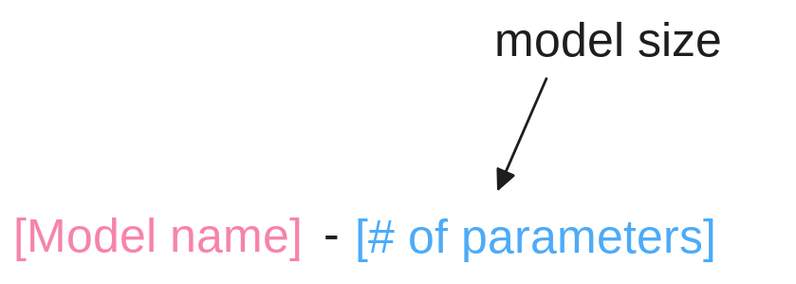
The Excalidraw diagram website/slides/assets/local-model-naming-02.excalidraw.svg in skaltman/r-medicine-llm, before a commit. Source tidied: one line per element, renumbered; positions are measured from the earlier drawing's top-left corner, leaving out a move shared by most shapes.
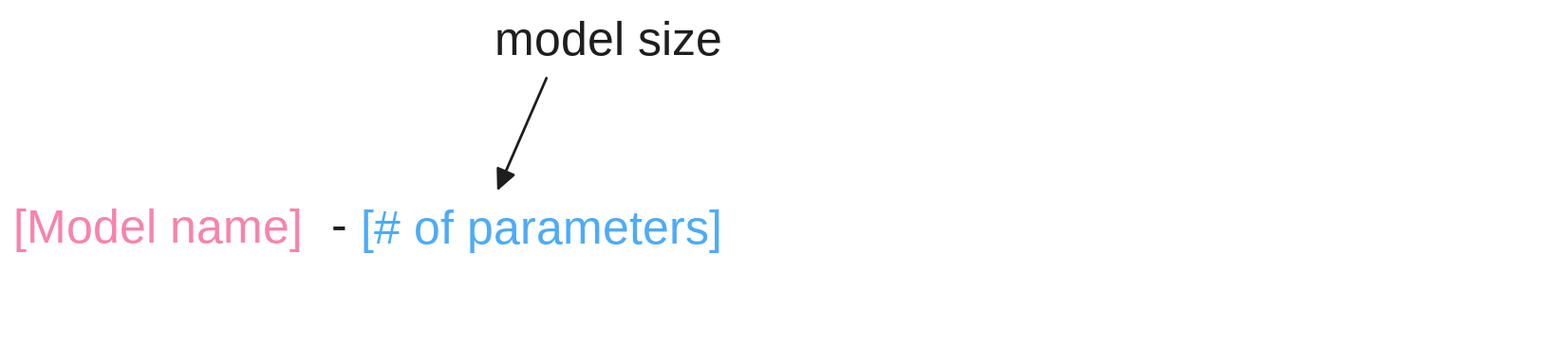
Above is the later version.

The edit, as a diff of the source:
```diff
@@ -1,5 +1,6 @@
+{"id": 5, "type": "rectangle", "strokeColor": "#ffffff", "backgroundColor": "#ffffff", "fillStyle": "solid", "strokeWidth": 2, "roughness": 0, "round": true, "x": -5, "y": 0, "width": 1160, "height": 240}
-{"id": 0, "type": "text", "text": "[Model name]", "strokeColor": "#f783ac", "backgroundColor": "#ffffff", "fillStyle": "solid", "strokeWidth": 2, "roughness": 0, "fontSize": 36, "fontFamily": 5, "x": 0, "y": 147, "width": 231, "height": 45}
+{"id": 0, "type": "text", "text": "[Model name]", "strokeColor": "#f783ac", "backgroundColor": "#ffffff", "fillStyle": "solid", "strokeWidth": 2, "roughness": 0, "fontSize": 36, "fontFamily": 5, "x": -5, "y": 141, "width": 231, "height": 45}
-{"id": 1, "type": "text", "text": "-", "strokeColor": "#1e1e1e", "backgroundColor": "#ffffff", "fillStyle": "solid", "strokeWidth": 2, "roughness": 0, "fontSize": 36, "fontFamily": 5, "x": 234, "y": 146, "width": 15, "height": 45}
+{"id": 1, "type": "text", "text": "-", "strokeColor": "#1e1e1e", "backgroundColor": "#ffffff", "fillStyle": "solid", "strokeWidth": 2, "roughness": 0, "fontSize": 36, "fontFamily": 5, "x": 235, "y": 140, "width": 15, "height": 45}
-{"id": 2, "type": "text", "text": "[# of parameters]", "strokeColor": "#4dabf7", "backgroundColor": "#ffffff", "fillStyle": "solid", "strokeWidth": 2, "roughness": 0, "fontSize": 36, "fontFamily": 5, "x": 257, "y": 148, "width": 322, "height": 45}
+{"id": 2, "type": "text", "text": "[# of parameters]", "strokeColor": "#4dabf7", "backgroundColor": "#ffffff", "fillStyle": "solid", "strokeWidth": 2, "roughness": 0, "fontSize": 36, "fontFamily": 5, "x": 257, "y": 142, "width": 322, "height": 45}
-{"id": 3, "type": "arrow", "strokeColor": "#1e1e1e", "backgroundColor": "#ffffff", "fillStyle": "hachure", "strokeWidth": 2, "roughness": 0, "startArrowhead": "triangle", "x": 365, "y": 132, "width": 36, "height": 83, "points": [[0, 0], [36, -83]]}
+{"id": 3, "type": "arrow", "strokeColor": "#1e1e1e", "backgroundColor": "#ffffff", "fillStyle": "hachure", "strokeWidth": 2, "roughness": 0, "startArrowhead": "triangle", "x": 360, "y": 132, "width": 36, "height": 83, "points": [[0, 0], [36, -83]]}
-{"id": 4, "type": "text", "text": "model size", "strokeColor": "#1e1e1e", "backgroundColor": "#ffffff", "fillStyle": "hachure", "strokeWidth": 2, "strokeStyle": "dashed", "roughness": 0, "fontSize": 36, "fontFamily": 5, "x": 362, "y": 0, "width": 177, "height": 45}
+{"id": 4, "type": "text", "text": "model size", "strokeColor": "#1e1e1e", "backgroundColor": "#ffffff", "fillStyle": "hachure", "strokeWidth": 2, "strokeStyle": "dashed", "roughness": 0, "fontSize": 36, "fontFamily": 5, "x": 357, "y": 0, "width": 177, "height": 45}
```
